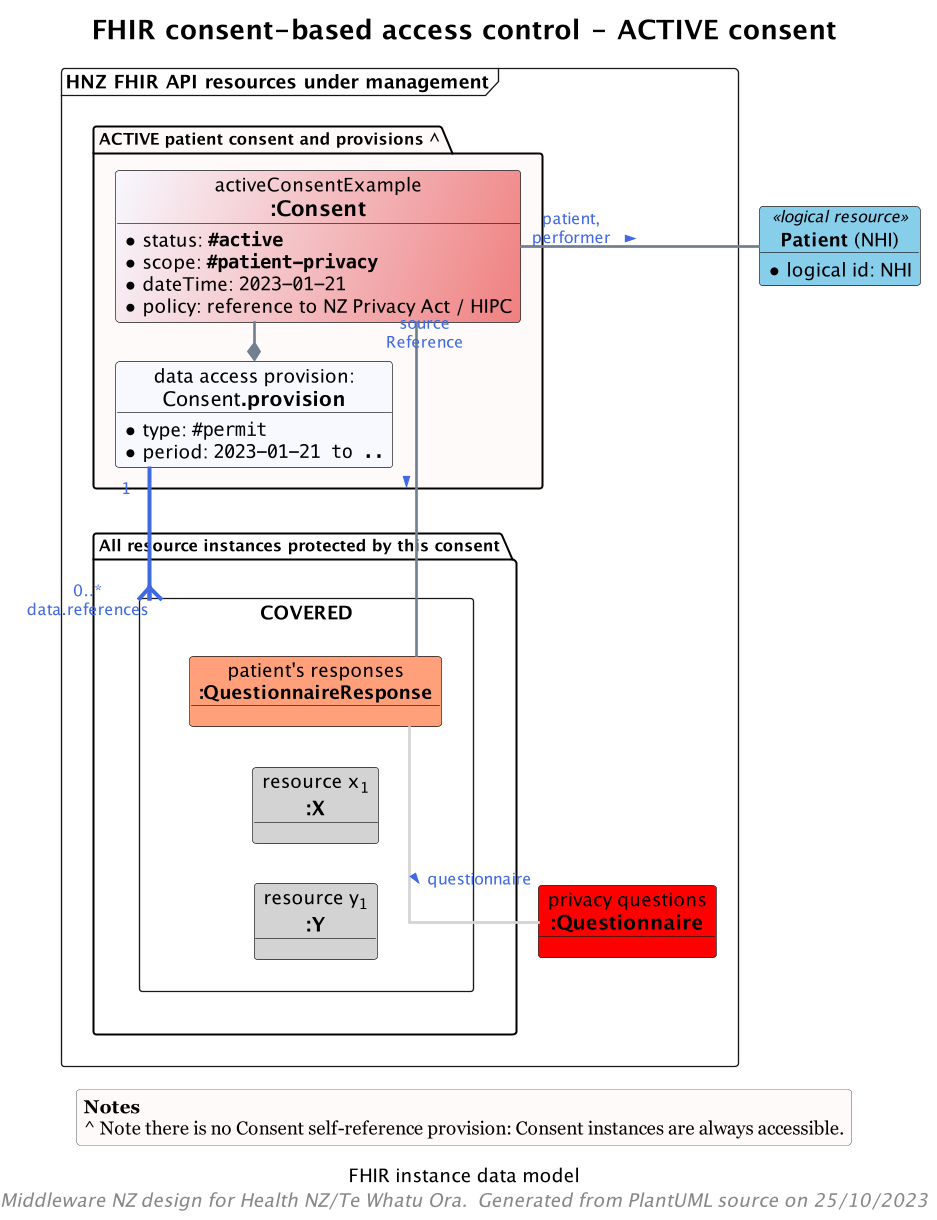
The PlantUML diagram input/images/obj-FHIR-data-consent-active.png in tewhatuora/cinc-fhir-ig, before a commit.
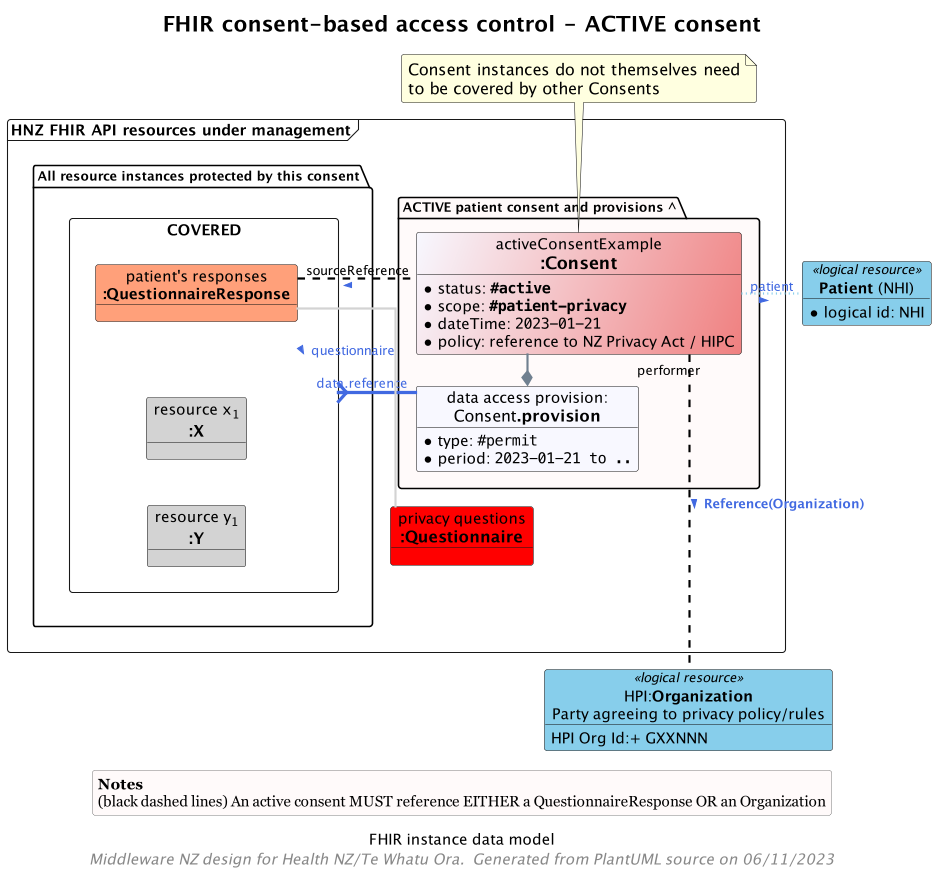
Later version of the same file.

The edit, as a diff of the source:
```diff
@@ -99,7 +99,9 @@
     AnyResource -[hidden]d- AnotherResource
   }
 
-  DAP "1" -[thickness=3,#RoyalBlue]--{ COVERED : 0..*\ndata.references
+
+  DAP "data.reference" -[thickness=3,#RoyalBlue]l--{ COVERED
+
 
 }
 
@@ -107,20 +109,24 @@
   * logical id: NHI
 }
 
+object "HPI:**Organization**\nParty agreeing to privacy policy/rules" as HPI <<logical resource>> #SkyBlue {
+  HPI Org Id:+ GXXNNN
+}
+
 CONSENT -d-* DAP
-CONSENT "source\nReference" -l- QRC: >
-CONSENT "patient,\nperformer" -r- Patient: >
+CONSENT "<color:#Black>sourceReference" -[dashed,#Black]l- QRC: >
+CONSENT "patient" -[dotted,#SkyBlue]r- Patient: >
+CONSENT "<color:#Black>performer" -[dashed,#Black]--- HPI: **Reference(Organization)** >
 QRC -[#LightGray]-- Q: questionnaire >
 
+  note as N1
+    Consent instances do not themselves need
+    to be covered by other Consents
+  end note
 
+N1 .d. CONSENT
 
-
-legend bottom
-  **Legend**
-  1) Arrows indicate direction of FHIR reference
-endlegend
-
-$ObjectDiagramLegendWithNote("Notes","^ Note there is no Consent self-reference provision: Consent instances are always accessible.")
+$ObjectDiagramLegendWithNote("Notes","(black dashed lines) An active consent MUST reference EITHER a QuestionnaireResponse OR an Organization")
 
 footer "Middleware NZ design for Health NZ/Te Whatu Ora.  Generated from PlantUML source on %date('dd/MM/yyyy')"
 
```
